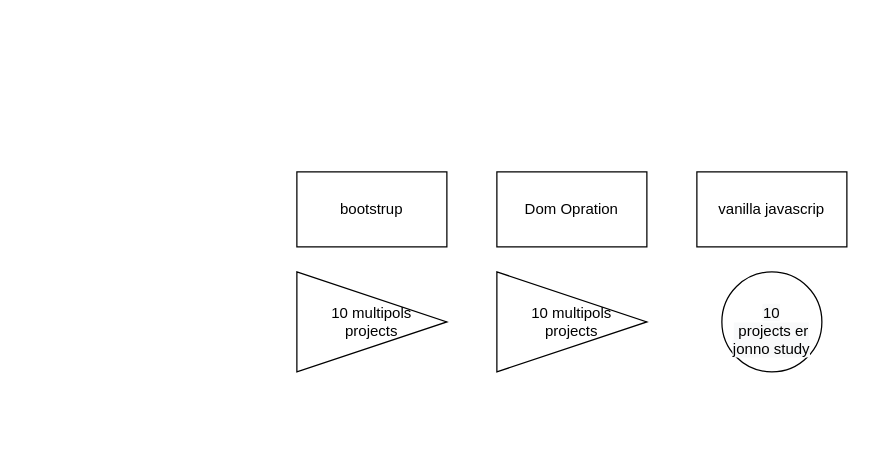
Before: web app Road .drawio in hossainhasan2019/Diagram, a draw.io diagram. Source tidied: cells renumbered, new cells numbered last; positions are measured from the earlier drawing's top-left corner, leaving out a move shared by most shapes. Both pictures are drawn from the tidied source at 125%, with x=0, y=0 at pixel (296, 171).
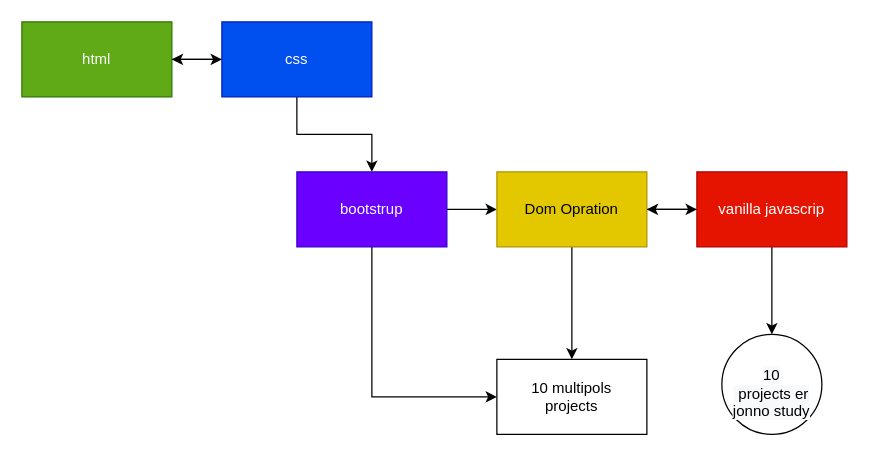
The same diagram, later.

What changed in the source:
```diff
@@
 <mxGraphModel>
   <root>
     <mxCell id="0" />
     <mxCell id="1" parent="0" />
+    <mxCell id="8" style="edgeStyle=orthogonalEdgeStyle;rounded=0;jettySize=auto;html=1;exitX=0.5;exitY=1;exitDx=0;exitDy=0;entryX=0;entryY=0.5;entryDx=0;entryDy=0;" parent="1" edge="1" source="2" target="14">
+      <mxGeometry relative="1" as="geometry" />
+    </mxCell>
+    <mxCell id="9" style="edgeStyle=orthogonalEdgeStyle;rounded=0;jettySize=auto;html=1;exitX=1;exitY=0.5;exitDx=0;exitDy=0;entryX=0;entryY=0.5;entryDx=0;entryDy=0;" parent="1" edge="1" source="2" target="3">
+      <mxGeometry relative="1" as="geometry" />
+    </mxCell>
-    <mxCell id="2" value="bootstrup&lt;br&gt;" style="rounded=0;whiteSpace=wrap;html=1;" parent="1" vertex="1">
+    <mxCell id="2" value="bootstrup&lt;br&gt;" style="rounded=0;whiteSpace=wrap;html=1;fillColor=#6a00ff;fontColor=#ffffff;strokeColor=#3700CC;" parent="1" vertex="1">
       <mxGeometry width="120" height="60" as="geometry" />
     </mxCell>
+    <mxCell id="10" style="edgeStyle=orthogonalEdgeStyle;rounded=0;jettySize=auto;html=1;exitX=0.5;exitY=1;exitDx=0;exitDy=0;entryX=0.5;entryY=0;entryDx=0;entryDy=0;" parent="1" edge="1" source="3" target="14">
+      <mxGeometry relative="1" as="geometry" />
+    </mxCell>
+    <mxCell id="11" style="edgeStyle=orthogonalEdgeStyle;rounded=0;jettySize=auto;html=1;entryX=0;entryY=0.5;entryDx=0;entryDy=0;" parent="1" edge="1" source="3" target="4">
+      <mxGeometry relative="1" as="geometry" />
+    </mxCell>
-    <mxCell id="3" value="Dom Opration" style="rounded=0;whiteSpace=wrap;html=1;" parent="1" vertex="1">
+    <mxCell id="3" value="Dom Opration" style="rounded=0;whiteSpace=wrap;html=1;fillColor=#e3c800;fontColor=#000000;strokeColor=#B09500;" parent="1" vertex="1">
       <mxGeometry x="160" width="120" height="60" as="geometry" />
     </mxCell>
+    <mxCell id="12" style="edgeStyle=orthogonalEdgeStyle;rounded=0;jettySize=auto;html=1;" parent="1" edge="1" source="4" target="7">
+      <mxGeometry relative="1" as="geometry" />
+    </mxCell>
+    <mxCell id="13" style="edgeStyle=orthogonalEdgeStyle;rounded=0;jettySize=auto;html=1;entryX=1;entryY=0.5;entryDx=0;entryDy=0;" parent="1" edge="1" source="4" target="3">
+      <mxGeometry relative="1" as="geometry" />
+    </mxCell>
-    <mxCell id="4" value="vanilla javascrip" style="rounded=0;whiteSpace=wrap;html=1;" parent="1" vertex="1">
+    <mxCell id="4" value="vanilla javascrip" style="rounded=0;whiteSpace=wrap;html=1;fillColor=#e51400;fontColor=#ffffff;strokeColor=#B20000;" parent="1" vertex="1">
       <mxGeometry x="320" width="120" height="60" as="geometry" />
     </mxCell>
-    <mxCell id="5" value="10 multipols&lt;br&gt;projects&lt;br&gt;" style="triangle;whiteSpace=wrap;html=1;" parent="1" vertex="1">
-      <mxGeometry y="80" width="120" height="80" as="geometry" />
-    </mxCell>
-    <mxCell id="6" value="10 multipols&lt;br&gt;projects&lt;br&gt;" style="triangle;whiteSpace=wrap;html=1;" parent="1" vertex="1">
-      <mxGeometry x="160" y="80" width="120" height="80" as="geometry" />
-    </mxCell>
     <mxCell id="7" value="&lt;br&gt;&lt;span style=&quot;color: rgb(0, 0, 0); font-family: Helvetica; font-size: 12px; font-style: normal; font-variant-ligatures: normal; font-variant-caps: normal; font-weight: 400; letter-spacing: normal; orphans: 2; text-align: center; text-indent: 0px; text-transform: none; widows: 2; word-spacing: 0px; -webkit-text-stroke-width: 0px; background-color: rgb(248, 249, 250); text-decoration-thickness: initial; text-decoration-style: initial; text-decoration-color: initial; float: none; display: inline !important;&quot;&gt;10&lt;br&gt;&amp;nbsp;projects er jonno study&lt;/span&gt;&lt;br&gt;" style="ellipse;whiteSpace=wrap;html=1;" parent="1" vertex="1">
-      <mxGeometry x="340" y="80" width="80" height="80" as="geometry" />
+      <mxGeometry x="340" y="130" width="80" height="80" as="geometry" />
     </mxCell>
+    <mxCell id="14" value="10 multipols&lt;br&gt;projects" style="rounded=0;whiteSpace=wrap;html=1;" parent="1" vertex="1">
+      <mxGeometry x="160" y="150" width="120" height="60" as="geometry" />
+    </mxCell>
+    <mxCell id="15" style="edgeStyle=orthogonalEdgeStyle;rounded=0;jettySize=auto;html=1;entryX=0;entryY=0.5;entryDx=0;entryDy=0;" parent="1" edge="1" source="16" target="19">
+      <mxGeometry relative="1" as="geometry" />
+    </mxCell>
+    <mxCell id="16" value="html" style="rounded=0;whiteSpace=wrap;html=1;fillColor=#60a917;strokeColor=#2D7600;fontColor=#ffffff;" parent="1" vertex="1">
+      <mxGeometry x="-220" y="-120" width="120" height="60" as="geometry" />
+    </mxCell>
+    <mxCell id="17" style="edgeStyle=orthogonalEdgeStyle;rounded=0;jettySize=auto;html=1;exitX=0;exitY=0.5;exitDx=0;exitDy=0;" parent="1" edge="1" source="19">
+      <mxGeometry relative="1" as="geometry">
+        <mxPoint x="-100" y="-90" as="targetPoint" />
+      </mxGeometry>
+    </mxCell>
+    <mxCell id="18" style="edgeStyle=orthogonalEdgeStyle;rounded=0;jettySize=auto;html=1;entryX=0.5;entryY=0;entryDx=0;entryDy=0;" parent="1" edge="1" source="19" target="2">
+      <mxGeometry relative="1" as="geometry" />
+    </mxCell>
+    <mxCell id="19" value="css" style="rounded=0;whiteSpace=wrap;html=1;fillColor=#0050ef;fontColor=#ffffff;strokeColor=#001DBC;" parent="1" vertex="1">
+      <mxGeometry x="-60" y="-120" width="120" height="60" as="geometry" />
+    </mxCell>
   </root>
 </mxGraphModel>
```
